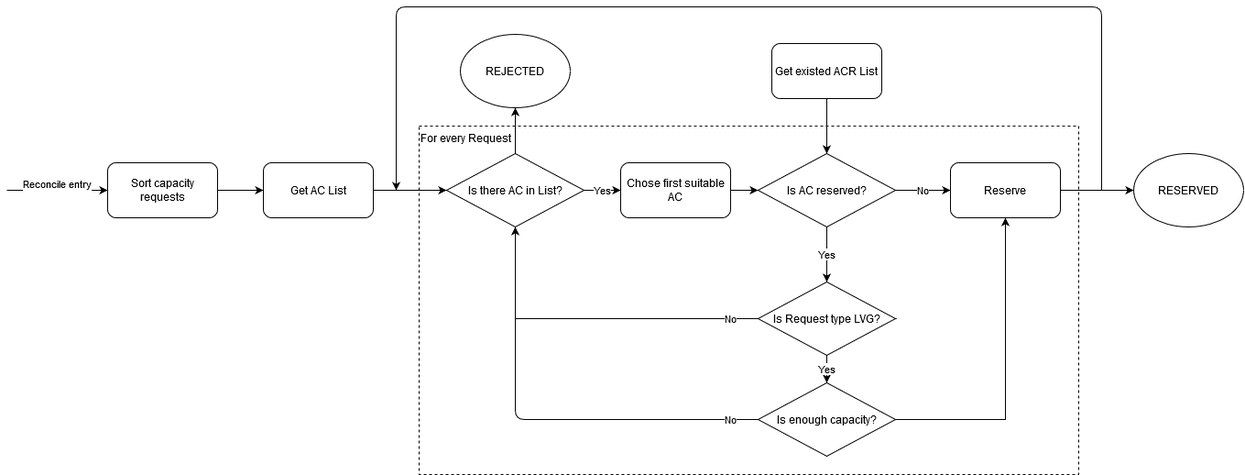
Earlier version of the draw.io export docs/proposals/images/handle_capacity_request.png (dell/csi-baremetal). Source tidied: cells renumbered, new cells last; positions are measured from the earlier drawing's top-left corner, leaving out a move shared by most shapes. The source it was exported from:
```xml
<mxGraphModel>
  <root>
    <mxCell id="0" />
    <mxCell id="1" parent="0" />
    <mxCell id="2" value="&lt;div&gt;For every Request&lt;br&gt;&lt;/div&gt;" style="rounded=0;whiteSpace=wrap;html=1;verticalAlign=top;align=left;dashed=1;" parent="1" vertex="1">
      <mxGeometry x="450" y="130" width="720" height="380" as="geometry" />
    </mxCell>
    <mxCell id="3" style="edgeStyle=orthogonalEdgeStyle;rounded=0;jettySize=auto;html=1;" parent="1" edge="1" source="4" target="8">
      <mxGeometry relative="1" as="geometry" />
    </mxCell>
    <mxCell id="4" value="Sort capacity requests" style="rounded=1;whiteSpace=wrap;html=1;" parent="1" vertex="1">
      <mxGeometry x="110" y="170" width="120" height="60" as="geometry" />
    </mxCell>
    <mxCell id="5" style="edgeStyle=orthogonalEdgeStyle;rounded=0;jettySize=auto;html=1;entryX=0;entryY=0.5;entryDx=0;entryDy=0;" parent="1" edge="1" source="6" target="13">
      <mxGeometry relative="1" as="geometry" />
    </mxCell>
    <mxCell id="6" value="Chose first suitable AC" style="rounded=1;whiteSpace=wrap;html=1;" parent="1" vertex="1">
      <mxGeometry x="670" y="170" width="120" height="60" as="geometry" />
    </mxCell>
    <mxCell id="7" style="edgeStyle=orthogonalEdgeStyle;rounded=0;jettySize=auto;html=1;entryX=0;entryY=0.5;entryDx=0;entryDy=0;" parent="1" edge="1" source="8" target="21">
      <mxGeometry relative="1" as="geometry" />
    </mxCell>
    <mxCell id="8" value="Get AC List" style="rounded=1;whiteSpace=wrap;html=1;" parent="1" vertex="1">
      <mxGeometry x="280" y="170" width="120" height="60" as="geometry" />
    </mxCell>
    <mxCell id="9" style="edgeStyle=orthogonalEdgeStyle;rounded=0;jettySize=auto;html=1;entryX=0.5;entryY=0;entryDx=0;entryDy=0;" parent="1" edge="1" source="10" target="13">
      <mxGeometry relative="1" as="geometry" />
    </mxCell>
    <mxCell id="10" value="Get existed ACR List" style="rounded=1;whiteSpace=wrap;html=1;" parent="1" vertex="1">
      <mxGeometry x="835" y="40" width="120" height="60" as="geometry" />
    </mxCell>
    <mxCell id="11" value="Yes" style="edgeStyle=orthogonalEdgeStyle;rounded=0;jettySize=auto;html=1;exitX=0.5;exitY=1;exitDx=0;exitDy=0;entryX=0.5;entryY=0;entryDx=0;entryDy=0;" parent="1" edge="1" source="13" target="16">
      <mxGeometry relative="1" as="geometry" />
    </mxCell>
    <mxCell id="12" value="No" style="edgeStyle=orthogonalEdgeStyle;rounded=0;jettySize=auto;html=1;exitX=1;exitY=0.5;exitDx=0;exitDy=0;entryX=0;entryY=0.5;entryDx=0;entryDy=0;" parent="1" edge="1" source="13" target="18">
      <mxGeometry relative="1" as="geometry" />
    </mxCell>
    <mxCell id="13" value="Is AC reserved?" style="rhombus;whiteSpace=wrap;html=1;align=center;verticalAlign=middle;" parent="1" vertex="1">
      <mxGeometry x="820" y="160" width="150" height="80" as="geometry" />
    </mxCell>
    <mxCell id="14" value="No" style="edgeStyle=orthogonalEdgeStyle;rounded=0;jettySize=auto;html=1;exitX=0;exitY=0.5;exitDx=0;exitDy=0;entryX=0.5;entryY=1;entryDx=0;entryDy=0;" parent="1" edge="1" source="16" target="21">
      <mxGeometry x="-0.83" relative="1" as="geometry">
        <Array as="points">
          <mxPoint x="555" y="340" />
        </Array>
      </mxGeometry>
    </mxCell>
    <mxCell id="15" value="Yes" style="edgeStyle=orthogonalEdgeStyle;rounded=0;jettySize=auto;html=1;" parent="1" edge="1" source="16" target="24">
      <mxGeometry relative="1" as="geometry" />
    </mxCell>
    <mxCell id="16" value="Is Request type LVG?" style="rhombus;whiteSpace=wrap;html=1;align=center;verticalAlign=middle;" parent="1" vertex="1">
      <mxGeometry x="820" y="300" width="150" height="80" as="geometry" />
    </mxCell>
    <mxCell id="17" style="edgeStyle=orthogonalEdgeStyle;rounded=0;jettySize=auto;html=1;exitX=1;exitY=0.5;exitDx=0;exitDy=0;entryX=0;entryY=0.5;entryDx=0;entryDy=0;" parent="1" edge="1" source="18" target="28">
      <mxGeometry relative="1" as="geometry" />
    </mxCell>
    <mxCell id="18" value="Reserve" style="rounded=1;whiteSpace=wrap;html=1;" parent="1" vertex="1">
      <mxGeometry x="1030" y="170" width="120" height="60" as="geometry" />
    </mxCell>
    <mxCell id="19" value="Yes" style="edgeStyle=orthogonalEdgeStyle;rounded=0;jettySize=auto;html=1;exitX=1;exitY=0.5;exitDx=0;exitDy=0;entryX=0;entryY=0.5;entryDx=0;entryDy=0;" parent="1" edge="1" source="21" target="6">
      <mxGeometry relative="1" as="geometry" />
    </mxCell>
    <mxCell id="20" style="edgeStyle=orthogonalEdgeStyle;rounded=0;jettySize=auto;html=1;" parent="1" edge="1" source="21" target="26">
      <mxGeometry relative="1" as="geometry" />
    </mxCell>
    <mxCell id="21" value="Is there AC in List?" style="rhombus;whiteSpace=wrap;html=1;align=center;verticalAlign=middle;" parent="1" vertex="1">
      <mxGeometry x="480" y="160" width="150" height="80" as="geometry" />
    </mxCell>
    <mxCell id="22" value="&#10;Reconcile entry&#10;&#10;" style="endArrow=classic;html=1;entryX=0;entryY=0.5;entryDx=0;entryDy=0;" parent="1" edge="1" target="4">
      <mxGeometry relative="1" as="geometry">
        <mxPoint y="200" as="sourcePoint" />
      </mxGeometry>
    </mxCell>
    <mxCell id="23" style="edgeStyle=orthogonalEdgeStyle;rounded=0;jettySize=auto;html=1;exitX=1;exitY=0.5;exitDx=0;exitDy=0;entryX=0.5;entryY=1;entryDx=0;entryDy=0;" parent="1" edge="1" source="24" target="18">
      <mxGeometry relative="1" as="geometry" />
    </mxCell>
    <mxCell id="24" value="Is enough capacity?" style="rhombus;whiteSpace=wrap;html=1;align=center;verticalAlign=middle;" parent="1" vertex="1">
      <mxGeometry x="820" y="410" width="150" height="80" as="geometry" />
    </mxCell>
    <mxCell id="25" value="No" style="endArrow=none;html=1;entryX=0;entryY=0.5;entryDx=0;entryDy=0;" parent="1" edge="1" target="24">
      <mxGeometry x="0.84" relative="1" as="geometry">
        <mxPoint x="555" y="339" as="sourcePoint" />
        <Array as="points">
          <mxPoint x="555" y="450" />
        </Array>
      </mxGeometry>
    </mxCell>
    <mxCell id="26" value="&lt;div&gt;REJECTED&lt;/div&gt;" style="ellipse;whiteSpace=wrap;html=1;align=center;verticalAlign=middle;" parent="1" vertex="1">
      <mxGeometry x="495" y="30" width="120" height="80" as="geometry" />
    </mxCell>
    <mxCell id="27" style="endArrow=classic;html=1;" parent="1" edge="1">
      <mxGeometry relative="1" as="geometry">
        <mxPoint x="1195" y="200" as="sourcePoint" />
        <mxPoint x="425" y="200" as="targetPoint" />
        <Array as="points">
          <mxPoint x="1195" />
          <mxPoint x="425" />
        </Array>
      </mxGeometry>
    </mxCell>
    <mxCell id="28" value="RESERVED" style="ellipse;whiteSpace=wrap;html=1;align=center;verticalAlign=middle;" parent="1" vertex="1">
      <mxGeometry x="1230" y="160" width="120" height="80" as="geometry" />
    </mxCell>
  </root>
</mxGraphModel>
```
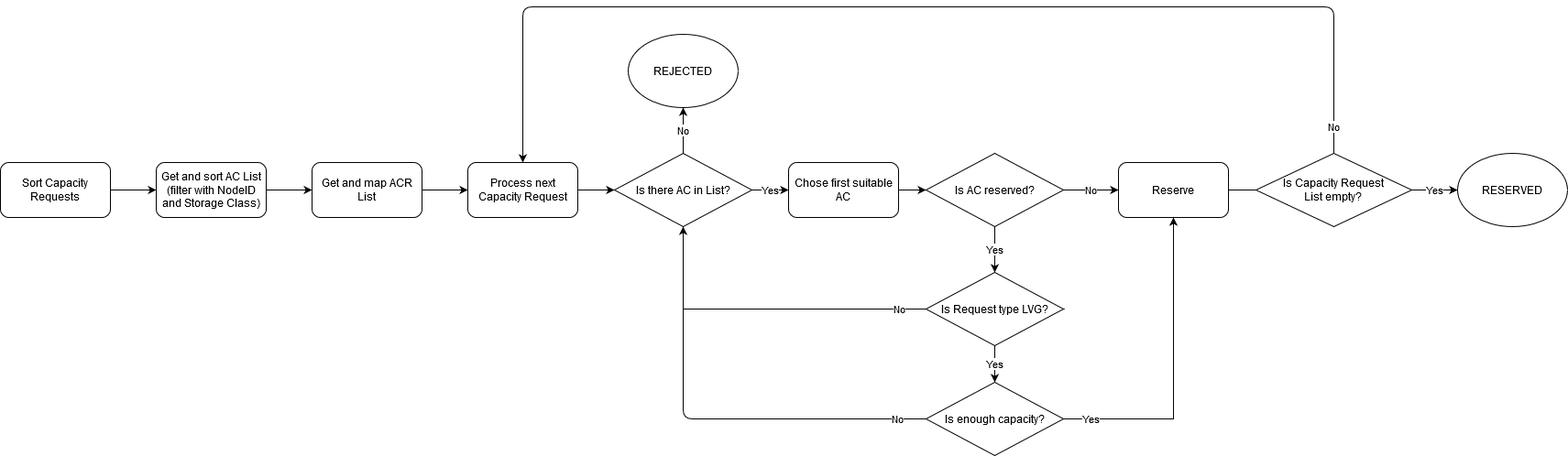
Later version of the same file.

The edit, as a diff of the source:
```diff
@@ -2,14 +2,11 @@
   <root>
     <mxCell id="0" />
     <mxCell id="1" parent="0" />
-    <mxCell id="2" value="&lt;div&gt;For every Request&lt;br&gt;&lt;/div&gt;" style="rounded=0;whiteSpace=wrap;html=1;verticalAlign=top;align=left;dashed=1;" parent="1" vertex="1">
-      <mxGeometry x="450" y="130" width="720" height="380" as="geometry" />
-    </mxCell>
     <mxCell id="3" style="edgeStyle=orthogonalEdgeStyle;rounded=0;jettySize=auto;html=1;" parent="1" edge="1" source="4" target="8">
       <mxGeometry relative="1" as="geometry" />
     </mxCell>
-    <mxCell id="4" value="Sort capacity requests" style="rounded=1;whiteSpace=wrap;html=1;" parent="1" vertex="1">
-      <mxGeometry x="110" y="170" width="120" height="60" as="geometry" />
+    <mxCell id="4" value="Sort Capacity Requests" style="rounded=1;whiteSpace=wrap;html=1;" parent="1" vertex="1">
+      <mxGeometry x="-190" y="170" width="120" height="60" as="geometry" />
     </mxCell>
     <mxCell id="5" style="edgeStyle=orthogonalEdgeStyle;rounded=0;jettySize=auto;html=1;entryX=0;entryY=0.5;entryDx=0;entryDy=0;" parent="1" edge="1" source="6" target="13">
       <mxGeometry relative="1" as="geometry" />
@@ -17,17 +14,17 @@
     <mxCell id="6" value="Chose first suitable AC" style="rounded=1;whiteSpace=wrap;html=1;" parent="1" vertex="1">
       <mxGeometry x="670" y="170" width="120" height="60" as="geometry" />
     </mxCell>
-    <mxCell id="7" style="edgeStyle=orthogonalEdgeStyle;rounded=0;jettySize=auto;html=1;entryX=0;entryY=0.5;entryDx=0;entryDy=0;" parent="1" edge="1" source="8" target="21">
+    <mxCell id="7" style="edgeStyle=orthogonalEdgeStyle;rounded=0;jettySize=auto;html=1;entryX=0;entryY=0.5;entryDx=0;entryDy=0;" parent="1" edge="1" source="8" target="10">
       <mxGeometry relative="1" as="geometry" />
     </mxCell>
-    <mxCell id="8" value="Get AC List" style="rounded=1;whiteSpace=wrap;html=1;" parent="1" vertex="1">
-      <mxGeometry x="280" y="170" width="120" height="60" as="geometry" />
+    <mxCell id="8" value="Get and sort AC List (filter with NodeID and Storage Class)" style="rounded=1;whiteSpace=wrap;html=1;" parent="1" vertex="1">
+      <mxGeometry x="-20" y="170" width="120" height="60" as="geometry" />
     </mxCell>
-    <mxCell id="9" style="edgeStyle=orthogonalEdgeStyle;rounded=0;jettySize=auto;html=1;entryX=0.5;entryY=0;entryDx=0;entryDy=0;" parent="1" edge="1" source="10" target="13">
-      <mxGeometry relative="1" as="geometry" />
-    </mxCell>
+    <mxCell id="29" style="edgeStyle=orthogonalEdgeStyle;rounded=0;jettySize=auto;html=1;entryX=0;entryY=0.5;entryDx=0;entryDy=0;" parent="1" edge="1" source="10" target="31">
+      <mxGeometry relative="1" as="geometry" />
+    </mxCell>
-    <mxCell id="10" value="Get existed ACR List" style="rounded=1;whiteSpace=wrap;html=1;" parent="1" vertex="1">
-      <mxGeometry x="835" y="40" width="120" height="60" as="geometry" />
+    <mxCell id="10" value="Get and map ACR List" style="rounded=1;whiteSpace=wrap;html=1;" parent="1" vertex="1">
+      <mxGeometry x="150" y="170" width="120" height="60" as="geometry" />
     </mxCell>
     <mxCell id="11" value="Yes" style="edgeStyle=orthogonalEdgeStyle;rounded=0;jettySize=auto;html=1;exitX=0.5;exitY=1;exitDx=0;exitDy=0;entryX=0.5;entryY=0;entryDx=0;entryDy=0;" parent="1" edge="1" source="13" target="16">
       <mxGeometry relative="1" as="geometry" />
@@ -41,7 +38,7 @@
     <mxCell id="14" value="No" style="edgeStyle=orthogonalEdgeStyle;rounded=0;jettySize=auto;html=1;exitX=0;exitY=0.5;exitDx=0;exitDy=0;entryX=0.5;entryY=1;entryDx=0;entryDy=0;" parent="1" edge="1" source="16" target="21">
       <mxGeometry x="-0.83" relative="1" as="geometry">
         <Array as="points">
-          <mxPoint x="555" y="340" />
+          <mxPoint x="555" y="330" />
         </Array>
       </mxGeometry>
     </mxCell>
@@ -49,9 +46,9 @@
       <mxGeometry relative="1" as="geometry" />
     </mxCell>
     <mxCell id="16" value="Is Request type LVG?" style="rhombus;whiteSpace=wrap;html=1;align=center;verticalAlign=middle;" parent="1" vertex="1">
-      <mxGeometry x="820" y="300" width="150" height="80" as="geometry" />
+      <mxGeometry x="820" y="290" width="150" height="80" as="geometry" />
     </mxCell>
-    <mxCell id="17" style="edgeStyle=orthogonalEdgeStyle;rounded=0;jettySize=auto;html=1;exitX=1;exitY=0.5;exitDx=0;exitDy=0;entryX=0;entryY=0.5;entryDx=0;entryDy=0;" parent="1" edge="1" source="18" target="28">
+    <mxCell id="17" value="Yes" style="edgeStyle=orthogonalEdgeStyle;rounded=0;jettySize=auto;html=1;exitX=1;exitY=0.5;exitDx=0;exitDy=0;entryX=0;entryY=0.5;entryDx=0;entryDy=0;startArrow=none;" parent="1" edge="1" source="32" target="28">
       <mxGeometry relative="1" as="geometry" />
     </mxCell>
     <mxCell id="18" value="Reserve" style="rounded=1;whiteSpace=wrap;html=1;" parent="1" vertex="1">
@@ -60,26 +57,21 @@
     <mxCell id="19" value="Yes" style="edgeStyle=orthogonalEdgeStyle;rounded=0;jettySize=auto;html=1;exitX=1;exitY=0.5;exitDx=0;exitDy=0;entryX=0;entryY=0.5;entryDx=0;entryDy=0;" parent="1" edge="1" source="21" target="6">
       <mxGeometry relative="1" as="geometry" />
     </mxCell>
-    <mxCell id="20" style="edgeStyle=orthogonalEdgeStyle;rounded=0;jettySize=auto;html=1;" parent="1" edge="1" source="21" target="26">
+    <mxCell id="20" value="No" style="edgeStyle=orthogonalEdgeStyle;rounded=0;jettySize=auto;html=1;" parent="1" edge="1" source="21" target="26">
       <mxGeometry relative="1" as="geometry" />
     </mxCell>
     <mxCell id="21" value="Is there AC in List?" style="rhombus;whiteSpace=wrap;html=1;align=center;verticalAlign=middle;" parent="1" vertex="1">
       <mxGeometry x="480" y="160" width="150" height="80" as="geometry" />
     </mxCell>
-    <mxCell id="22" value="&#10;Reconcile entry&#10;&#10;" style="endArrow=classic;html=1;entryX=0;entryY=0.5;entryDx=0;entryDy=0;" parent="1" edge="1" target="4">
-      <mxGeometry relative="1" as="geometry">
-        <mxPoint y="200" as="sourcePoint" />
-      </mxGeometry>
-    </mxCell>
-    <mxCell id="23" style="edgeStyle=orthogonalEdgeStyle;rounded=0;jettySize=auto;html=1;exitX=1;exitY=0.5;exitDx=0;exitDy=0;entryX=0.5;entryY=1;entryDx=0;entryDy=0;" parent="1" edge="1" source="24" target="18">
-      <mxGeometry relative="1" as="geometry" />
+    <mxCell id="23" value="Yes" style="edgeStyle=orthogonalEdgeStyle;rounded=0;jettySize=auto;html=1;exitX=1;exitY=0.5;exitDx=0;exitDy=0;entryX=0.5;entryY=1;entryDx=0;entryDy=0;" parent="1" edge="1" source="24" target="18">
+      <mxGeometry x="-0.82" relative="1" as="geometry" />
     </mxCell>
     <mxCell id="24" value="Is enough capacity?" style="rhombus;whiteSpace=wrap;html=1;align=center;verticalAlign=middle;" parent="1" vertex="1">
       <mxGeometry x="820" y="410" width="150" height="80" as="geometry" />
     </mxCell>
     <mxCell id="25" value="No" style="endArrow=none;html=1;entryX=0;entryY=0.5;entryDx=0;entryDy=0;" parent="1" edge="1" target="24">
       <mxGeometry x="0.84" relative="1" as="geometry">
-        <mxPoint x="555" y="339" as="sourcePoint" />
+        <mxPoint x="555" y="330" as="sourcePoint" />
         <Array as="points">
           <mxPoint x="555" y="450" />
         </Array>
@@ -88,18 +80,29 @@
     <mxCell id="26" value="&lt;div&gt;REJECTED&lt;/div&gt;" style="ellipse;whiteSpace=wrap;html=1;align=center;verticalAlign=middle;" parent="1" vertex="1">
       <mxGeometry x="495" y="30" width="120" height="80" as="geometry" />
     </mxCell>
-    <mxCell id="27" style="endArrow=classic;html=1;" parent="1" edge="1">
-      <mxGeometry relative="1" as="geometry">
-        <mxPoint x="1195" y="200" as="sourcePoint" />
-        <mxPoint x="425" y="200" as="targetPoint" />
+    <mxCell id="27" value="No" style="endArrow=classic;html=1;entryX=0.5;entryY=0;entryDx=0;entryDy=0;exitX=0.5;exitY=0;exitDx=0;exitDy=0;" parent="1" edge="1" source="32" target="31">
+      <mxGeometry x="-0.95" relative="1" as="geometry">
         <Array as="points">
-          <mxPoint x="1195" />
-          <mxPoint x="425" />
+          <mxPoint x="1265" />
+          <mxPoint x="380" />
         </Array>
+        <mxPoint y="1" as="offset" />
       </mxGeometry>
     </mxCell>
     <mxCell id="28" value="RESERVED" style="ellipse;whiteSpace=wrap;html=1;align=center;verticalAlign=middle;" parent="1" vertex="1">
-      <mxGeometry x="1230" y="160" width="120" height="80" as="geometry" />
+      <mxGeometry x="1400" y="160" width="120" height="80" as="geometry" />
     </mxCell>
+    <mxCell id="30" style="edgeStyle=orthogonalEdgeStyle;rounded=0;jettySize=auto;html=1;exitX=1;exitY=0.5;exitDx=0;exitDy=0;entryX=0;entryY=0.5;entryDx=0;entryDy=0;" parent="1" edge="1" source="31" target="21">
+      <mxGeometry relative="1" as="geometry" />
+    </mxCell>
+    <mxCell id="31" value="Process next Capacity Request" style="rounded=1;whiteSpace=wrap;html=1;" parent="1" vertex="1">
+      <mxGeometry x="320" y="170" width="120" height="60" as="geometry" />
+    </mxCell>
+    <mxCell id="32" value="&lt;div&gt;Is Capacity Request &lt;br&gt;&lt;/div&gt;&lt;div&gt;List empty?&lt;/div&gt;" style="rhombus;whiteSpace=wrap;html=1;align=center;verticalAlign=middle;" parent="1" vertex="1">
+      <mxGeometry x="1180" y="160" width="170" height="80" as="geometry" />
+    </mxCell>
+    <mxCell id="33" style="edgeStyle=orthogonalEdgeStyle;rounded=0;jettySize=auto;html=1;exitX=1;exitY=0.5;exitDx=0;exitDy=0;entryX=0;entryY=0.5;entryDx=0;entryDy=0;endArrow=none;" parent="1" edge="1" source="18" target="32">
+      <mxGeometry relative="1" as="geometry" />
+    </mxCell>
   </root>
 </mxGraphModel>
```
